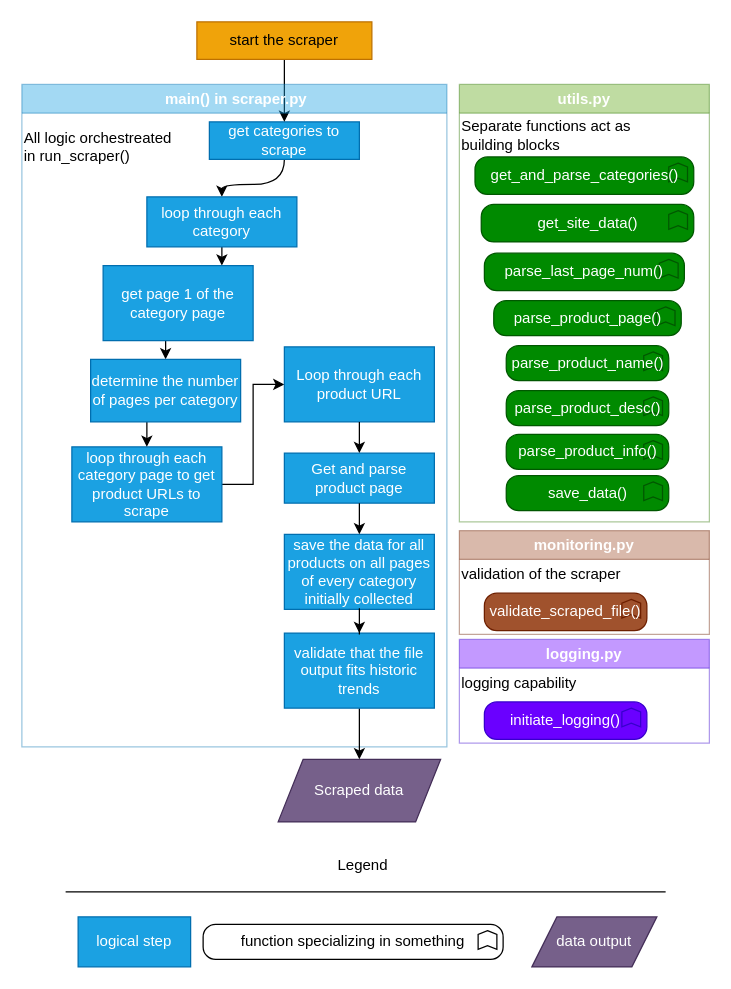
This is docs/images/mapping-the-process-rapified.drawio from ESCAP-SD/ESCAP_RAP_class, a draw.io file, before an edit. Source tidied: cells renumbered, new cells numbered last; positions are measured from the earlier drawing's top-left corner, leaving out a move shared by most shapes. Both pictures are drawn from the tidied source at 125%, with x=0, y=0 at pixel (21, 21).
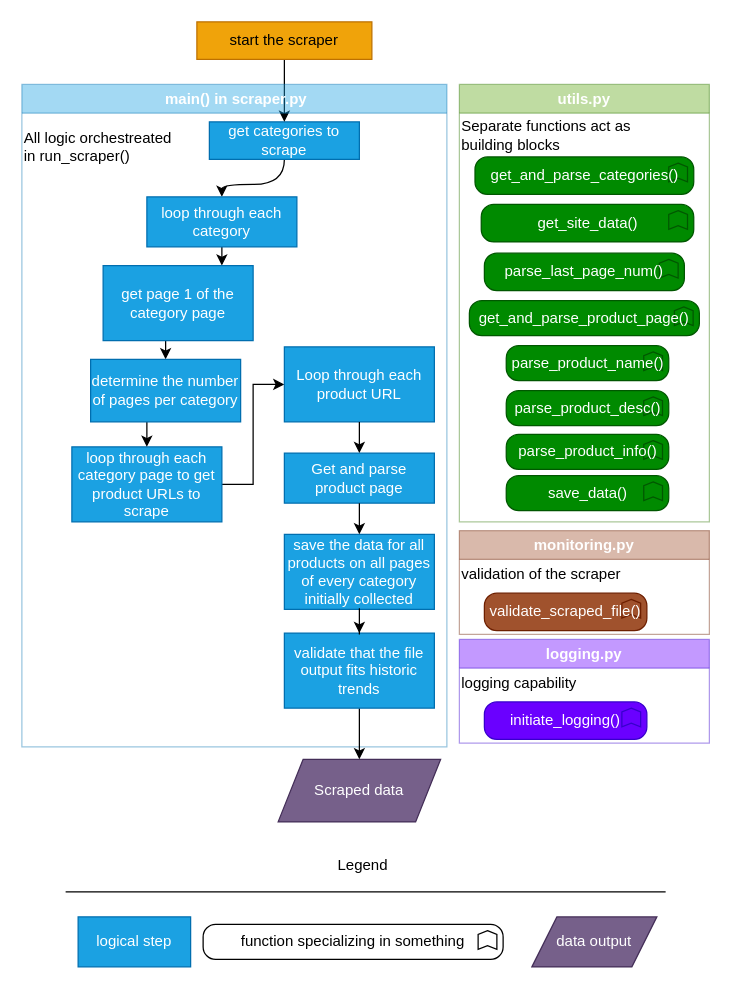
Above is the later version.

The edit, as a diff of the source:
```diff
@@
-    <mxCell id="30" value="&lt;div style=&quot;text-align: left;&quot;&gt;&lt;span style=&quot;background-color: initial;&quot;&gt;parse_product_page()&lt;/span&gt;&lt;/div&gt;" style="html=1;whiteSpace=wrap;fillColor=#008a00;shape=mxgraph.archimate3.application;appType=func;archiType=rounded;fontColor=#ffffff;strokeColor=#005700;" parent="1" vertex="1">
-      <mxGeometry x="377.5" y="223" width="150" height="28" as="geometry" />
+    <mxCell id="30" value="&lt;div style=&quot;text-align: left;&quot;&gt;&lt;span style=&quot;background-color: initial;&quot;&gt;get_and_parse_product_page()&lt;/span&gt;&lt;/div&gt;" style="html=1;whiteSpace=wrap;fillColor=#008a00;shape=mxgraph.archimate3.application;appType=func;archiType=rounded;fontColor=#ffffff;strokeColor=#005700;" parent="1" vertex="1">
+      <mxGeometry x="358" y="223" width="184" height="28" as="geometry" />
     </mxCell>
```
